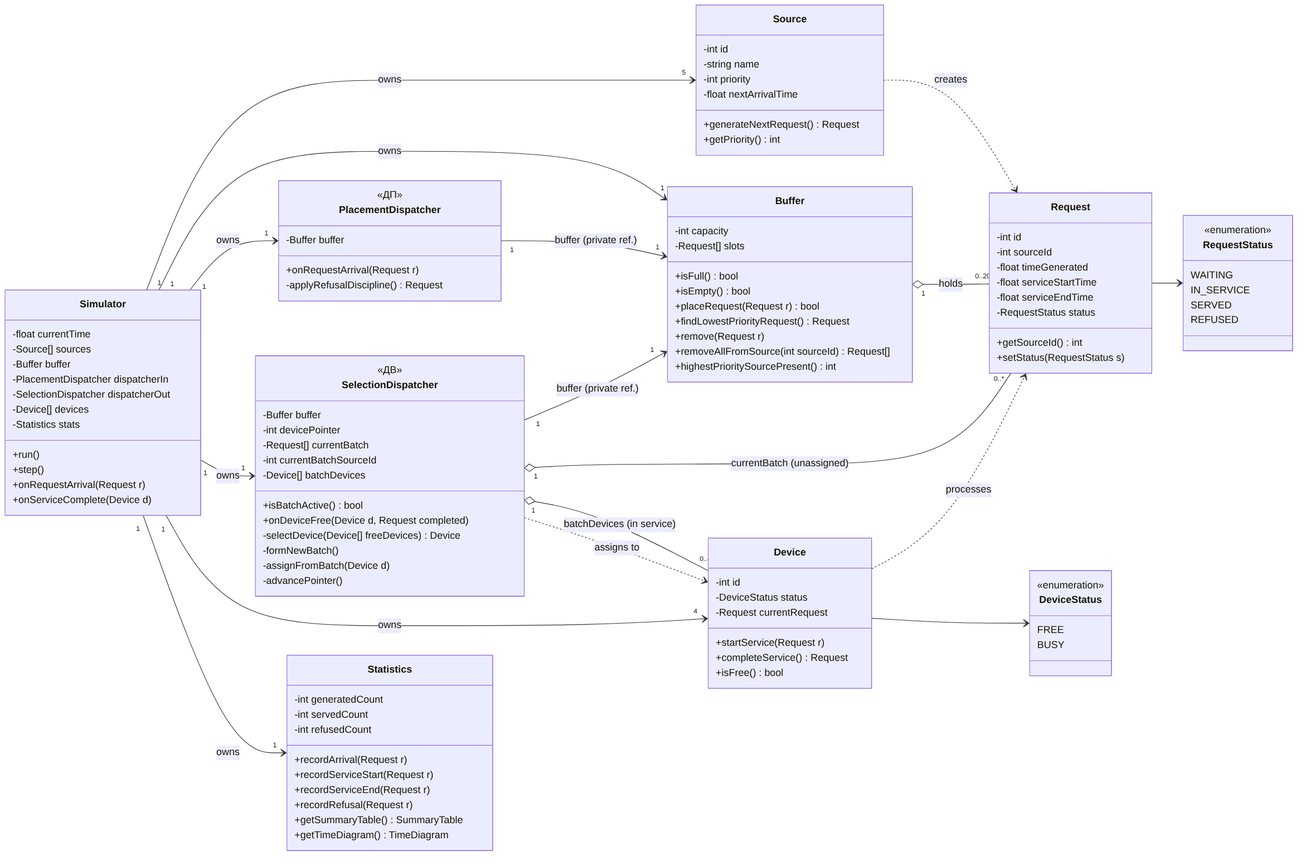
abdelrhmanbaha/smo-v24-commodity-trading keeps this Mermaid diagram as class-diagram.png. Above is the earlier version. Its source is kept beside it as class-diagram.mmd.
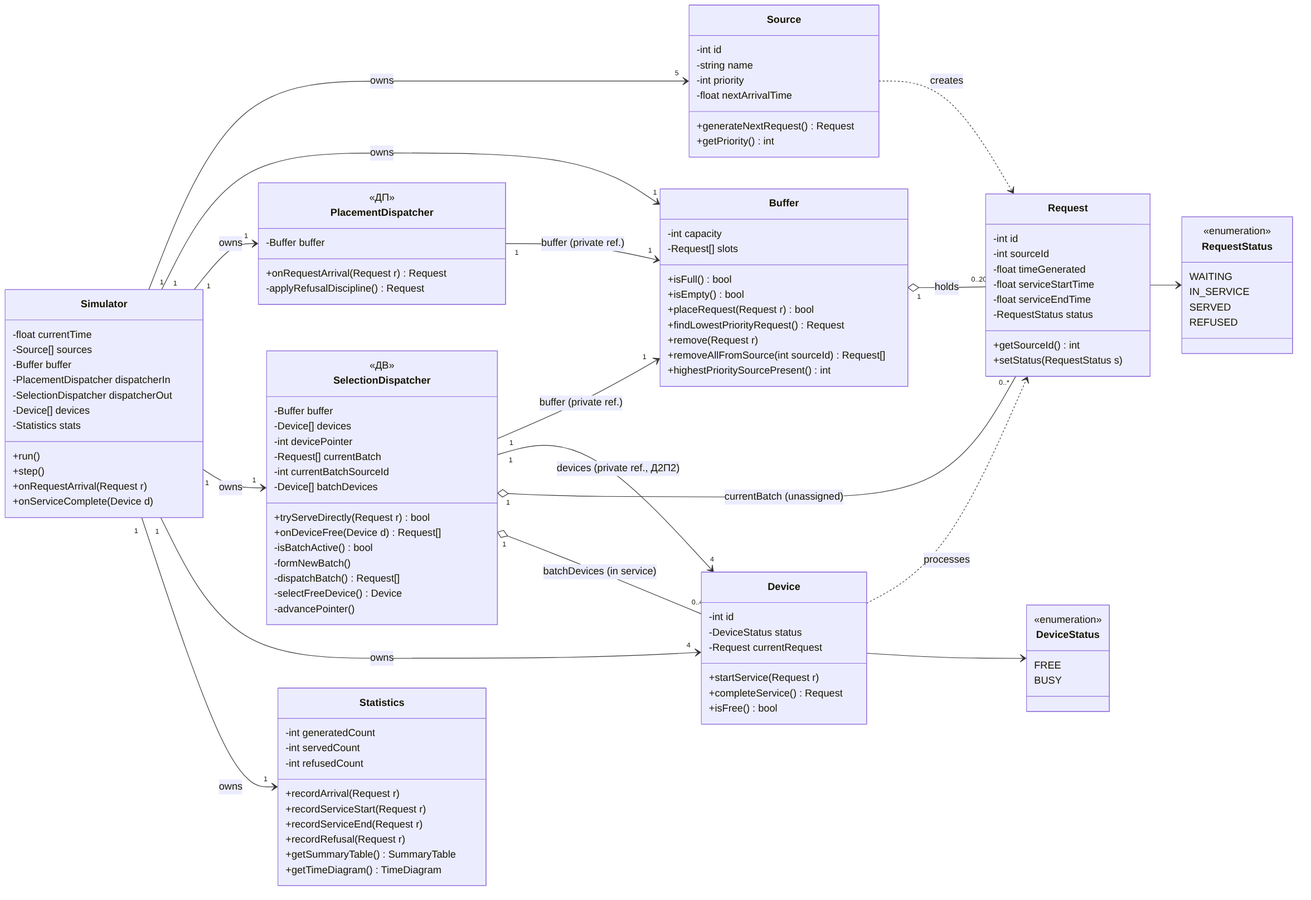
The same diagram one commit later.

The edit, as a diff of the source:
```diff
@@ -36,22 +36,24 @@
     class PlacementDispatcher {
         <<ДП>>
         -Buffer buffer
-        +onRequestArrival(Request r)
+        +onRequestArrival(Request r) Request
         -applyRefusalDiscipline() Request
     }
 
     class SelectionDispatcher {
         <<ДВ>>
         -Buffer buffer
+        -Device[] devices
         -int devicePointer
         -Request[] currentBatch
         -int currentBatchSourceId
         -Device[] batchDevices
-        +isBatchActive() bool
-        +onDeviceFree(Device d, Request completed)
-        -selectDevice(Device[] freeDevices) Device
+        +tryServeDirectly(Request r) bool
+        +onDeviceFree(Device d) Request[]
+        -isBatchActive() bool
         -formNewBatch()
-        -assignFromBatch(Device d)
+        -dispatchBatch() Request[]
+        -selectFreeDevice() Device
         -advancePointer()
     }
 
@@ -114,9 +116,9 @@
     Buffer "1" o-- "0..20" Request : holds
     PlacementDispatcher "1" --> "1" Buffer : buffer (private ref.)
     SelectionDispatcher "1" --> "1" Buffer : buffer (private ref.)
+    SelectionDispatcher "1" --> "4" Device : devices (private ref., Д2П2)
     SelectionDispatcher "1" o-- "0..*" Request : currentBatch (unassigned)
     SelectionDispatcher "1" o-- "0..4" Device : batchDevices (in service)
-    SelectionDispatcher ..> Device : assigns to
     Device ..> Request : processes
     Request --> RequestStatus
     Device --> DeviceStatus
```
